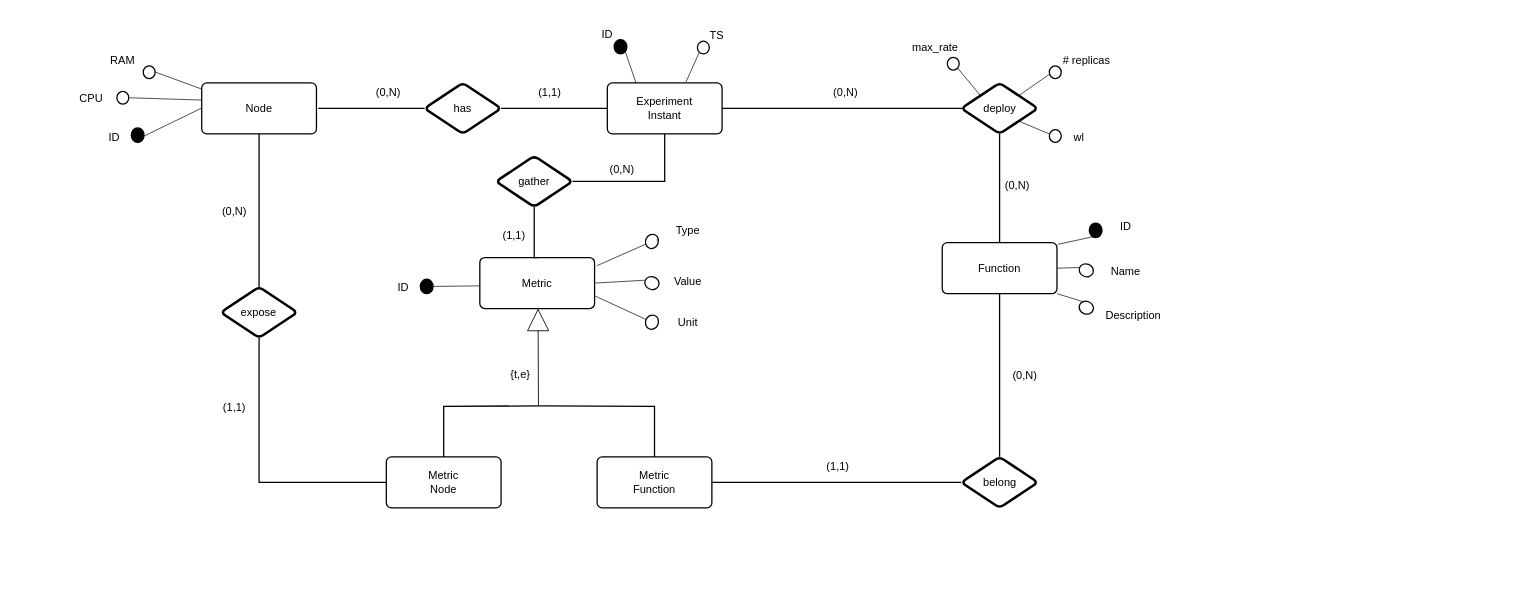
Earlier version of the draw.io diagram page "ER" (1 of 2) of simulation/doc/database_design/[Revision]-ER-simulation.drawio (unimib-datAI/dfaas). Source tidied: cells renumbered, new cells numbered last; positions are measured from the earlier drawing's top-left corner, leaving out a move shared by most shapes. Both pictures are drawn from the tidied source at 85%, with x=0, y=0 at pixel (14, 14).
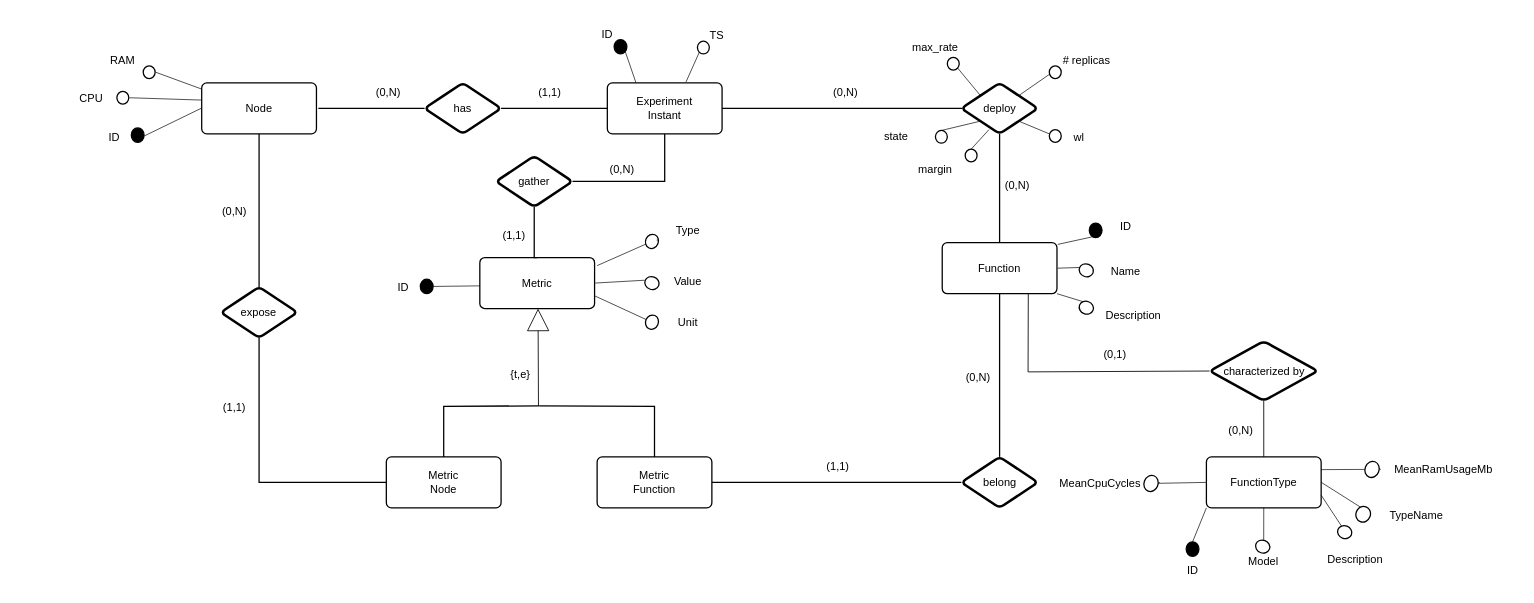
After the change.

The change refers to these unchanged cells:
```xml
<mxCell id="19" value="&lt;span style=&quot;font-style: normal&quot;&gt;Function&lt;/span&gt;" style="html=1;overflow=block;blockSpacing=1;whiteSpace=wrap;whiteSpace=wrap;fontSize=13;fontColor=#000000;fontStyle=2;spacing=3.8;strokeOpacity=100;fillOpacity=100;rounded=1;absoluteArcSize=1;arcSize=12;fillColor=#ffffff;strokeWidth=1.5;" parent="1" vertex="1">
  <mxGeometry x="1091" y="268" width="135" height="60" as="geometry" />
</mxCell>
<mxCell id="26" value="deploy" style="html=1;overflow=block;blockSpacing=1;whiteSpace=wrap;rhombus;whiteSpace=wrap;fontSize=13;fontColor=#000000;spacing=3.8;strokeOpacity=100;rounded=1;absoluteArcSize=1;arcSize=12;strokeWidth=3;" parent="1" vertex="1">
  <mxGeometry x="1113.5" y="80" width="90" height="60" as="geometry" />
</mxCell>
<mxCell id="50" value="wl" style="html=1;overflow=block;blockSpacing=1;whiteSpace=wrap;strokeColor=none;fillColor=none;whiteSpace=wrap;fontSize=13;fontColor=#000000;spacing=0;strokeWidth=1.5;rotation=0;" parent="1" vertex="1">
  <mxGeometry x="1217" y="121" width="70" height="45" as="geometry" />
</mxCell>
<mxCell id="72" style="html=1;jettySize=18;whiteSpace=wrap;fontSize=13;fontColor=#000000;strokeWidth=1.5;rounded=1;arcSize=0;edgeStyle=orthogonalEdgeStyle;startArrow=none;endArrow=none;exitX=1;exitY=0.5;entryX=0;entryY=0.5;entryDx=0;entryDy=0;exitDx=0;exitDy=0;" parent="1" edge="1" source="51" target="69">
  <mxGeometry relative="1" as="geometry" />
</mxCell>
```

Diff of the diagram source:
```diff
@@
-    <mxCell id="49" style="html=1;jettySize=18;whiteSpace=wrap;fontSize=13;strokeOpacity=100;strokeWidth=0.8;rounded=0;startArrow=none;endArrow=none;entryX=1;entryY=1;entryDx=0;entryDy=0;" parent="1" edge="1" target="26">
-      <mxGeometry relative="1" as="geometry">
-        <mxPoint x="1217" y="140" as="sourcePoint" />
-      </mxGeometry>
+    <mxCell id="49" style="html=1;jettySize=18;whiteSpace=wrap;fontSize=13;strokeOpacity=100;strokeWidth=0.8;rounded=0;startArrow=none;endArrow=none;entryX=1;entryY=1;entryDx=0;entryDy=0;exitX=0;exitY=0.422;exitDx=0;exitDy=0;exitPerimeter=0;" parent="1" edge="1" source="50" target="26">
+      <mxGeometry relative="1" as="geometry" />
     </mxCell>
@@
     <mxCell id="73" value="(0,N)" style="text;html=1;labelBackgroundColor=#ffffff;align=center;verticalAlign=middle;fontColor=#000000;fontSize=13;" parent="72" vertex="1">
       <mxGeometry relative="1" as="geometry">
-        <mxPoint x="220" y="-127" as="offset" />
+        <mxPoint x="165" y="-125" as="offset" />
       </mxGeometry>
     </mxCell>
@@
+    <mxCell id="84" style="html=1;jettySize=18;whiteSpace=wrap;fontSize=13;strokeOpacity=100;strokeWidth=0.8;rounded=0;startArrow=none;endArrow=none;entryX=0;entryY=1;entryDx=0;entryDy=0;exitX=0.5;exitY=0;exitDx=0;exitDy=0;" parent="1" edge="1" source="85" target="26">
+      <mxGeometry relative="1" as="geometry" />
+    </mxCell>
+    <mxCell id="85" style="html=1;overflow=block;blockSpacing=1;whiteSpace=wrap;ellipse;whiteSpace=wrap;fontSize=13;spacing=3.8;strokeOpacity=100;fillOpacity=100;rounded=1;absoluteArcSize=1;arcSize=12;fillColor=#ffffff;strokeWidth=1.5;" parent="1" vertex="1">
+      <mxGeometry x="1083" y="136" width="14" height="15" as="geometry" />
+    </mxCell>
+    <mxCell id="86" style="html=1;jettySize=18;whiteSpace=wrap;fontSize=13;strokeOpacity=100;strokeWidth=0.8;rounded=0;startArrow=none;endArrow=none;entryX=0;entryY=1;entryDx=0;entryDy=0;exitX=0.5;exitY=0;exitDx=0;exitDy=0;" parent="1" edge="1" source="87">
+      <mxGeometry relative="1" as="geometry">
+        <mxPoint x="1146" y="135" as="targetPoint" />
+      </mxGeometry>
+    </mxCell>
+    <mxCell id="87" style="html=1;overflow=block;blockSpacing=1;whiteSpace=wrap;ellipse;whiteSpace=wrap;fontSize=13;spacing=3.8;strokeOpacity=100;fillOpacity=100;rounded=1;absoluteArcSize=1;arcSize=12;fillColor=#ffffff;strokeWidth=1.5;" parent="1" vertex="1">
+      <mxGeometry x="1118" y="158" width="14" height="15" as="geometry" />
+    </mxCell>
+    <mxCell id="88" value="state" style="html=1;overflow=block;blockSpacing=1;whiteSpace=wrap;strokeColor=none;fillColor=none;whiteSpace=wrap;fontSize=13;fontColor=#000000;spacing=0;strokeWidth=1.5;" parent="1" vertex="1">
+      <mxGeometry x="947" y="120" width="180" height="45" as="geometry" />
+    </mxCell>
+    <mxCell id="89" value="margin" style="html=1;overflow=block;blockSpacing=1;whiteSpace=wrap;strokeColor=none;fillColor=none;whiteSpace=wrap;fontSize=13;fontColor=#000000;spacing=0;strokeWidth=1.5;" parent="1" vertex="1">
+      <mxGeometry x="992.5" y="158" width="180" height="45" as="geometry" />
+    </mxCell>
+    <mxCell id="90" value="&lt;span style=&quot;font-style: normal&quot;&gt;FunctionType&lt;/span&gt;" style="html=1;overflow=block;blockSpacing=1;whiteSpace=wrap;whiteSpace=wrap;fontSize=13;fontColor=#000000;fontStyle=2;spacing=3.8;strokeOpacity=100;fillOpacity=100;rounded=1;absoluteArcSize=1;arcSize=12;fillColor=#ffffff;strokeWidth=1.5;" parent="1" vertex="1">
+      <mxGeometry x="1401.8" y="520" width="135" height="60" as="geometry" />
+    </mxCell>
+    <mxCell id="91" value="characterized by" style="html=1;overflow=block;blockSpacing=1;whiteSpace=wrap;rhombus;whiteSpace=wrap;fontSize=13;fontColor=#000000;spacing=3.8;strokeOpacity=100;rounded=1;absoluteArcSize=1;arcSize=12;strokeWidth=3;" parent="1" vertex="1">
+      <mxGeometry x="1405.5" y="384" width="127.5" height="70" as="geometry" />
+    </mxCell>
+    <mxCell id="92" style="endArrow=none;html=1;rounded=0;entryX=0.75;entryY=1;entryDx=0;entryDy=0;exitX=0;exitY=0.5;exitDx=0;exitDy=0;" parent="1" edge="1" source="91" target="19">
+      <mxGeometry relative="1" as="geometry">
+        <Array as="points">
+          <mxPoint x="1192" y="420" />
+        </Array>
+      </mxGeometry>
+    </mxCell>
+    <mxCell id="93" style="endArrow=none;html=1;rounded=0;entryX=0.5;entryY=1;entryDx=0;entryDy=0;exitX=0.5;exitY=0;exitDx=0;exitDy=0;" parent="1" edge="1" source="90" target="91">
+      <mxGeometry relative="1" as="geometry" />
+    </mxCell>
+    <mxCell id="94" value="(0,1)" style="text;html=1;labelBackgroundColor=#ffffff;align=center;verticalAlign=middle;fontColor=#000000;fontSize=13;" parent="1" vertex="1">
+      <mxGeometry x="1295.5" y="400" as="geometry">
+        <mxPoint x="-2" y="-2" as="offset" />
+      </mxGeometry>
+    </mxCell>
+    <mxCell id="95" value="(0,N)" style="text;html=1;labelBackgroundColor=#ffffff;align=center;verticalAlign=middle;fontColor=#000000;fontSize=13;" parent="1" vertex="1">
+      <mxGeometry x="1315.5" y="400" as="geometry">
+        <mxPoint x="126" y="87" as="offset" />
+      </mxGeometry>
+    </mxCell>
+    <mxCell id="96" value="ID" style="html=1;overflow=block;blockSpacing=1;whiteSpace=wrap;strokeColor=none;fillColor=none;whiteSpace=wrap;fontSize=13;fontColor=#000000;spacing=0;strokeWidth=1.5;" parent="1" vertex="1">
+      <mxGeometry x="1295.5" y="630" width="180" height="45" as="geometry" />
+    </mxCell>
+    <mxCell id="97" style="html=1;overflow=block;blockSpacing=1;whiteSpace=wrap;ellipse;whiteSpace=wrap;fontSize=13;spacing=3.8;strokeOpacity=100;fillOpacity=100;rounded=1;absoluteArcSize=1;arcSize=12;fillColor=#000000;strokeWidth=1.5;" parent="1" vertex="1">
+      <mxGeometry x="1378" y="620" width="15" height="17" as="geometry" />
+    </mxCell>
+    <mxCell id="98" style="html=1;jettySize=18;whiteSpace=wrap;fontSize=13;strokeOpacity=100;strokeWidth=0.8;rounded=0;startArrow=none;endArrow=none;entryX=0.5;entryY=0;entryDx=0;entryDy=0;exitX=0;exitY=1;exitDx=0;exitDy=0;" parent="1" edge="1" source="90" target="97">
+      <mxGeometry relative="1" as="geometry" />
+    </mxCell>
+    <mxCell id="99" style="html=1;jettySize=18;whiteSpace=wrap;fontSize=13;strokeOpacity=100;strokeWidth=0.8;rounded=0;startArrow=none;endArrow=none;exitX=0.5;exitY=1;exitDx=0;exitDy=0;entryX=0.5;entryY=0;entryDx=0;entryDy=0;" parent="1" edge="1" source="90" target="100">
+      <mxGeometry relative="1" as="geometry" />
+    </mxCell>
+    <mxCell id="100" value="Model" style="html=1;overflow=block;blockSpacing=1;whiteSpace=wrap;strokeColor=none;fillColor=none;whiteSpace=wrap;fontSize=13;fontColor=#000000;spacing=0;strokeWidth=1.5;" parent="1" vertex="1">
+      <mxGeometry x="1379.2" y="620" width="180" height="45" as="geometry" />
+    </mxCell>
+    <mxCell id="101" style="html=1;overflow=block;blockSpacing=1;whiteSpace=wrap;ellipse;whiteSpace=wrap;fontSize=13;spacing=3.8;strokeOpacity=100;fillOpacity=100;rounded=1;absoluteArcSize=1;arcSize=12;rotation=-69.15028134067767;fillColor=#ffffff;strokeWidth=1.5;" parent="1" vertex="1">
+      <mxGeometry x="1460.5" y="617" width="15" height="17" as="geometry" />
+    </mxCell>
+    <mxCell id="102" style="html=1;jettySize=18;whiteSpace=wrap;fontSize=13;strokeOpacity=100;strokeWidth=0.8;rounded=0;startArrow=none;endArrow=none;exitX=1;exitY=0.75;exitDx=0;exitDy=0;entryX=1;entryY=0;entryDx=0;entryDy=0;" parent="1" edge="1" source="90" target="104">
+      <mxGeometry relative="1" as="geometry" />
+    </mxCell>
+    <mxCell id="103" value="Description" style="html=1;overflow=block;blockSpacing=1;whiteSpace=wrap;strokeColor=none;fillColor=none;whiteSpace=wrap;fontSize=13;fontColor=#000000;spacing=0;strokeWidth=1.5;" parent="1" vertex="1">
+      <mxGeometry x="1487" y="617" width="180" height="45" as="geometry" />
+    </mxCell>
+    <mxCell id="104" style="html=1;overflow=block;blockSpacing=1;whiteSpace=wrap;ellipse;whiteSpace=wrap;fontSize=13;spacing=3.8;strokeOpacity=100;fillOpacity=100;rounded=1;absoluteArcSize=1;arcSize=12;rotation=-69.15028134067767;fillColor=#ffffff;strokeWidth=1.5;" parent="1" vertex="1">
+      <mxGeometry x="1557" y="600" width="15" height="17" as="geometry" />
+    </mxCell>
+    <mxCell id="105" style="html=1;jettySize=18;whiteSpace=wrap;fontSize=13;strokeOpacity=100;strokeWidth=0.8;rounded=0;startArrow=none;endArrow=none;exitX=1;exitY=0.25;exitDx=0;exitDy=0;" parent="1" edge="1" source="109">
+      <mxGeometry relative="1" as="geometry">
+        <mxPoint x="1607" y="535" as="targetPoint" />
+      </mxGeometry>
+    </mxCell>
+    <mxCell id="106" style="html=1;jettySize=18;whiteSpace=wrap;fontSize=13;strokeOpacity=100;strokeWidth=0.8;rounded=0;startArrow=none;endArrow=none;exitX=0;exitY=0.5;exitDx=0;exitDy=0;" parent="1" edge="1" source="107">
+      <mxGeometry relative="1" as="geometry">
+        <mxPoint x="1347" y="550" as="targetPoint" />
+      </mxGeometry>
+    </mxCell>
+    <mxCell id="107" style="html=1;overflow=block;blockSpacing=1;whiteSpace=wrap;ellipse;whiteSpace=wrap;fontSize=13;spacing=3.8;strokeOpacity=100;fillOpacity=100;rounded=1;absoluteArcSize=1;arcSize=12;rotation=-69.15028134067767;fillColor=#ffffff;strokeWidth=1.5;" parent="1" vertex="1">
+      <mxGeometry x="1327" y="543" width="19.3" height="16.5" as="geometry" />
+    </mxCell>
+    <mxCell id="108" style="html=1;jettySize=18;whiteSpace=wrap;fontSize=13;strokeOpacity=100;strokeWidth=0.8;rounded=0;startArrow=none;endArrow=none;exitX=0;exitY=0.5;exitDx=0;exitDy=0;" parent="1" edge="1" source="90" target="107">
+      <mxGeometry relative="1" as="geometry" />
+    </mxCell>
+    <mxCell id="109" style="html=1;overflow=block;blockSpacing=1;whiteSpace=wrap;ellipse;whiteSpace=wrap;fontSize=13;spacing=3.8;strokeOpacity=100;fillOpacity=100;rounded=1;absoluteArcSize=1;arcSize=12;rotation=-69.15028134067767;fillColor=#ffffff;strokeWidth=1.5;" parent="1" vertex="1">
+      <mxGeometry x="1587" y="526.5" width="19.3" height="16.5" as="geometry" />
+    </mxCell>
+    <mxCell id="110" style="html=1;jettySize=18;whiteSpace=wrap;fontSize=13;strokeOpacity=100;strokeWidth=0.8;rounded=0;startArrow=none;endArrow=none;exitX=1;exitY=0.25;exitDx=0;exitDy=0;" parent="1" edge="1" source="90" target="109">
+      <mxGeometry relative="1" as="geometry" />
+    </mxCell>
+    <mxCell id="111" value="MeanRamUsageMb" style="html=1;overflow=block;blockSpacing=1;whiteSpace=wrap;strokeColor=none;fillColor=none;whiteSpace=wrap;fontSize=13;fontColor=#000000;spacing=0;strokeWidth=1.5;" parent="1" vertex="1">
+      <mxGeometry x="1591" y="512.2" width="180" height="45" as="geometry" />
+    </mxCell>
+    <mxCell id="112" value="MeanCpuCycles" style="html=1;overflow=block;blockSpacing=1;whiteSpace=wrap;strokeColor=none;fillColor=none;whiteSpace=wrap;fontSize=13;fontColor=#000000;spacing=0;strokeWidth=1.5;" parent="1" vertex="1">
+      <mxGeometry x="1187" y="528.7" width="180" height="45" as="geometry" />
+    </mxCell>
+    <mxCell id="113" style="html=1;jettySize=18;whiteSpace=wrap;fontSize=13;strokeOpacity=100;strokeWidth=0.8;rounded=0;startArrow=none;endArrow=none;entryX=1;entryY=0;entryDx=0;entryDy=0;" parent="1" edge="1" target="114">
+      <mxGeometry relative="1" as="geometry">
+        <mxPoint x="1537" y="550" as="sourcePoint" />
+      </mxGeometry>
+    </mxCell>
+    <mxCell id="114" style="html=1;overflow=block;blockSpacing=1;whiteSpace=wrap;ellipse;whiteSpace=wrap;fontSize=13;spacing=3.8;strokeOpacity=100;fillOpacity=100;rounded=1;absoluteArcSize=1;arcSize=12;rotation=-69.15028134067767;fillColor=#ffffff;strokeWidth=1.5;" parent="1" vertex="1">
+      <mxGeometry x="1576.9" y="579" width="18.7" height="17" as="geometry" />
+    </mxCell>
+    <mxCell id="115" value="TypeName" style="html=1;overflow=block;blockSpacing=1;whiteSpace=wrap;strokeColor=none;fillColor=none;whiteSpace=wrap;fontSize=13;fontColor=#000000;spacing=0;strokeWidth=1.5;" parent="1" vertex="1">
+      <mxGeometry x="1559.2" y="565" width="180" height="45" as="geometry" />
+    </mxCell>
```
